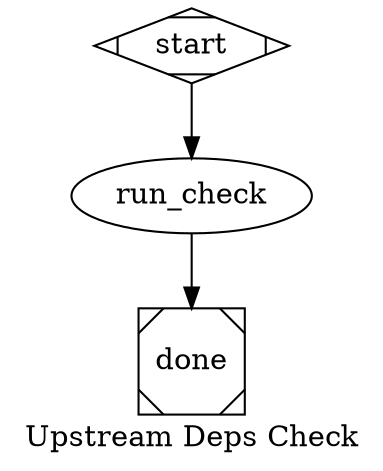
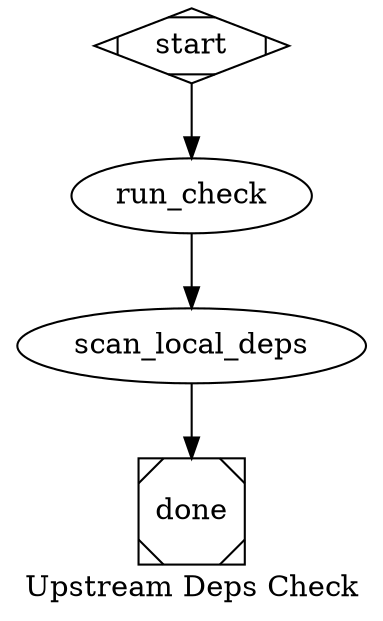
// Upstream Deps Check Pipeline
//
// First reference pipeline for Arbor.Scheduler. Demonstrates the
// minimum-viable shape: a single shell node that runs a self-contained
// script which produces a markdown report on disk.
//
// Configuration:
//   - Repos to check come from ~/.arbor/upstream_deps.conf (one per line,
//     blank lines and `#` comments ignored).
//   - Report lands at ~/.arbor/reports/upstream-deps/YYYY-MM-DD.md.
//   - Script writes the report atomically; its stdout is just the path,
//     which the orchestrator captures under `shell.run_check.output`.
//
// Scheduling:
//   Add to `:arbor_scheduler, Oban` crontab in config to run daily:
//     {"0 6 * * *", Arbor.Scheduler.Workers.PipelineRunner,
//       args: %{"pipeline_path" => "apps/arbor_scheduler/priv/pipelines/upstream_deps_check.dot"}}
//
// Manual invocation (from a remote shell on a running BEAM):
//     Arbor.Scheduler.enqueue_pipeline(
//       "apps/arbor_scheduler/priv/pipelines/upstream_deps_check.dot"
//     )
//
// Future enhancements (not v1):
//   - LLM categorization of deltas (security / breaking / feature / cosmetic)
//   - Per-repo "interesting commits" filter
//   - Aggregate into morning digest meta-pipeline
//   - Notify via channel when N commits exceed a threshold

digraph UpstreamDepsCheck {
  graph [
    goal="Check configured upstream repos for new commits and write a daily report",
    label="Upstream Deps Check"
  ]

  start [shape=Mdiamond]

  run_check [
    type="shell",
    command="bash apps/arbor_scheduler/priv/scripts/upstream_deps_check.sh",
    sandbox="none",
    timeout="120000",
    on_error="fail",
    data_class="internal"
  ]

+   // Second half of dependency security: scan THIS tree for supply-chain risk
+   // (mutable git deps + mix hex.audit retired packages) via the Security
+   // Sentinel. Records findings to .arbor/security/findings + emits
+   // security.sentinel_finding signals — complements the upstream-commit report
+   // above. on_error="continue" so a scan hiccup never blocks the upstream report.
+   scan_local_deps [
+     type="exec",
+     target="action",
+     action="security.run_dependency_scan",
+     on_error="continue"
+   ]
+ 
  done [shape=Msquare]

  start -> run_check
-   run_check -> done
+   run_check -> scan_local_deps
+   scan_local_deps -> done
}
